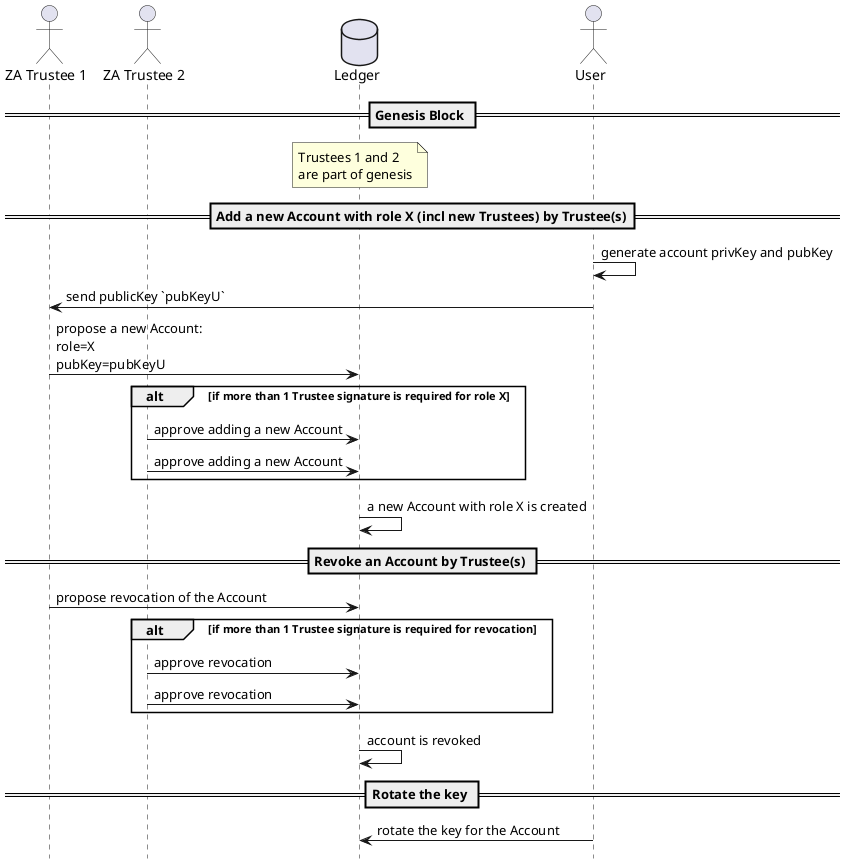
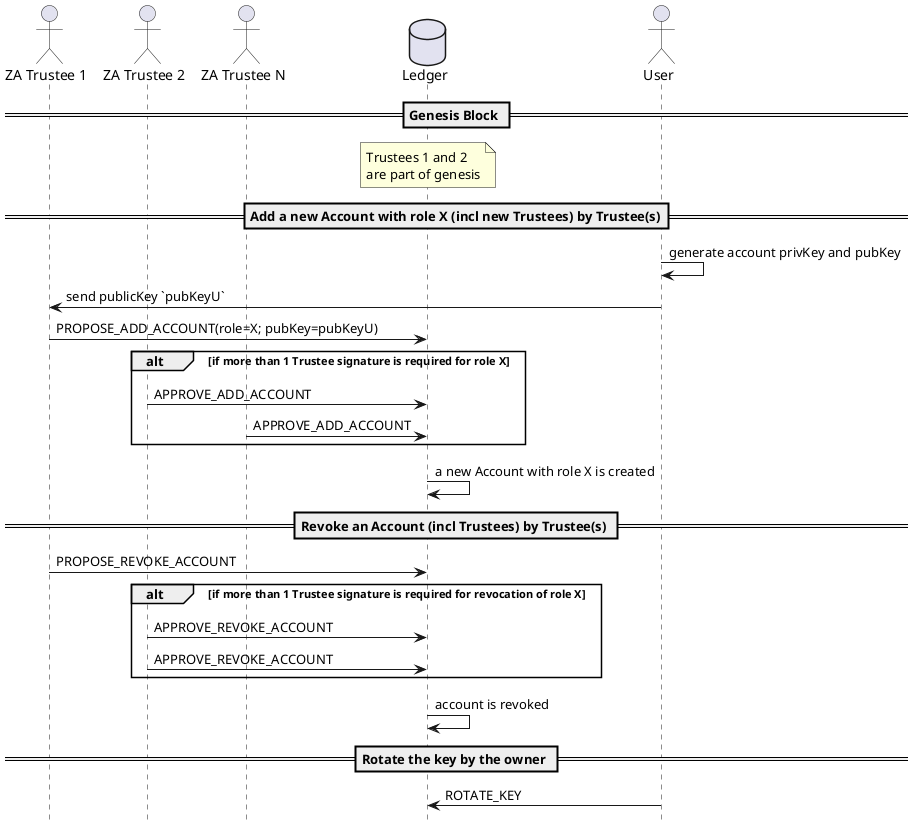
@startuml
!pragma teoz true
hide footbox

actor "ZA Trustee 1" as T1
actor "ZA Trustee 2" as T2
+ actor "ZA Trustee N" as T3
database Ledger as L
actor User as U


== Genesis Block ==
note over L
Trustees 1 and 2
are part of genesis
end note

== Add a new Account with role X (incl new Trustees) by Trustee(s)==
U -> U: generate account privKey and pubKey

U -> T1: send publicKey `pubKeyU`
- T1 -> L: propose a new Account:\nrole=X\npubKey=pubKeyU
+ T1 -> L: PROPOSE_ADD_ACCOUNT(role=X; pubKey=pubKeyU)

alt if more than 1 Trustee signature is required for role X
-     T2 -> L: approve adding a new Account
-     T2 -> L: approve adding a new Account
+     T2 -> L: APPROVE_ADD_ACCOUNT
+     T3 -> L: APPROVE_ADD_ACCOUNT
end alt

L -> L: a new Account with role X is created

- == Revoke an Account by Trustee(s) ==
- T1 -> L: propose revocation of the Account
+ == Revoke an Account (incl Trustees) by Trustee(s) ==
+ T1 -> L: PROPOSE_REVOKE_ACCOUNT

- alt if more than 1 Trustee signature is required for revocation
-     T2 -> L: approve revocation
-     T2 -> L: approve revocation
+ alt if more than 1 Trustee signature is required for revocation of role X
+     T2 -> L: APPROVE_REVOKE_ACCOUNT
+     T2 -> L: APPROVE_REVOKE_ACCOUNT
end alt

L -> L: account is revoked

- == Rotate the key ==
+ == Rotate the key by the owner ==

- U -> L: rotate the key for the Account
+ U -> L: ROTATE_KEY

@enduml